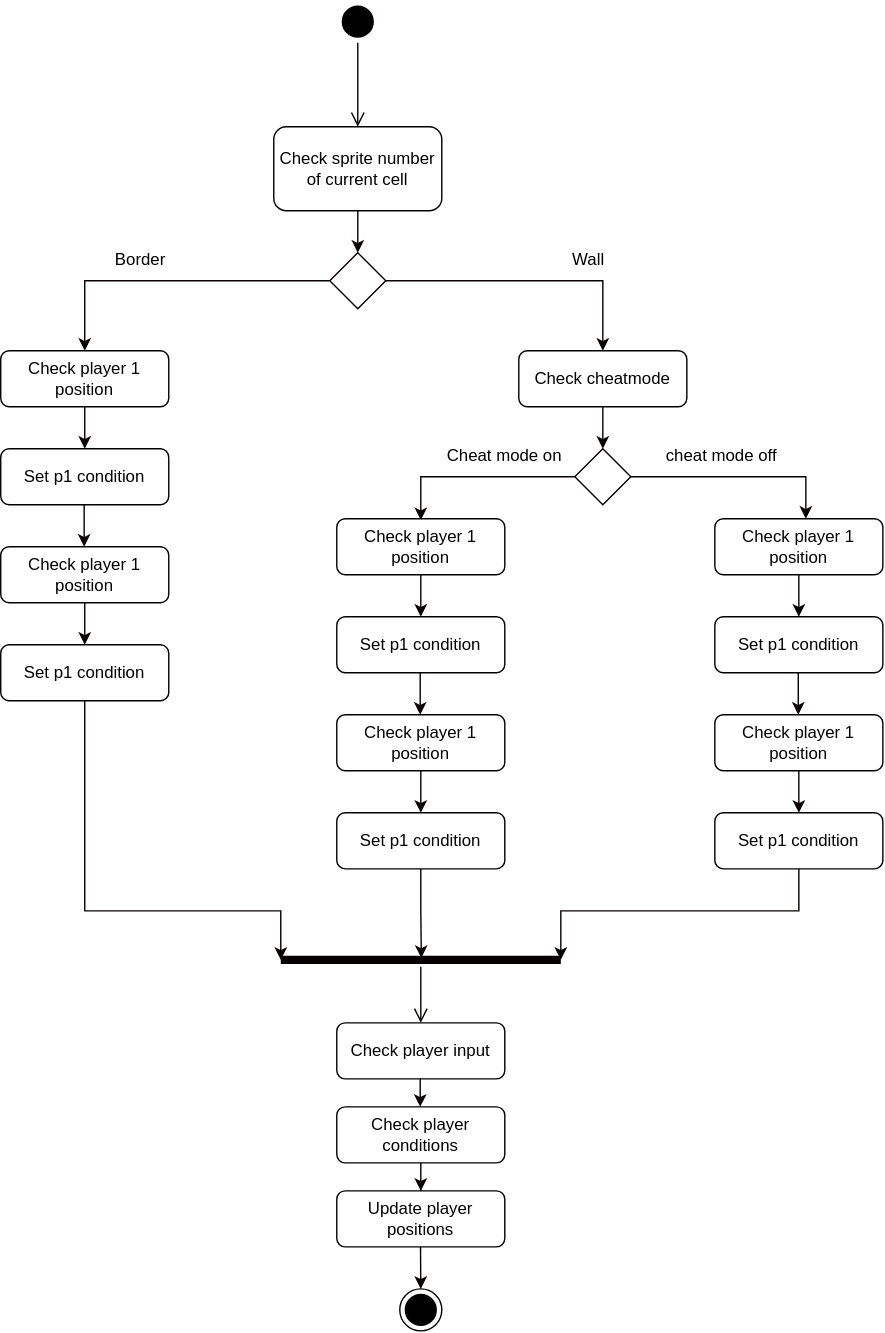
Before: design/assets/ActivityDiagramMovement.svg, a diagram exported from draw.io (JJTBM-Games/jjtbm-games.github.io). Source tidied: cells renumbered, new cells last; positions are measured from the earlier drawing's top-left corner, leaving out a move shared by most shapes. Source of this version:
```xml
<mxGraphModel>
  <root>
    <mxCell id="0" />
    <mxCell id="1" parent="0" />
    <mxCell id="2" value="Check sprite number of current cell" style="rounded=1;whiteSpace=wrap;html=1;" parent="1" vertex="1">
      <mxGeometry x="195" y="90" width="120" height="60" as="geometry" />
    </mxCell>
    <mxCell id="3" style="ellipse;html=1;shape=startState;fillColor=#000000;strokeColor=#080000;" parent="1" vertex="1">
      <mxGeometry x="240" width="30" height="30" as="geometry" />
    </mxCell>
    <mxCell id="4" style="edgeStyle=orthogonalEdgeStyle;html=1;verticalAlign=bottom;endArrow=open;endSize=8;strokeColor=#080000;rounded=0;" parent="1" edge="1" source="3">
      <mxGeometry relative="1" as="geometry">
        <mxPoint x="255" y="90" as="targetPoint" />
      </mxGeometry>
    </mxCell>
    <mxCell id="5" style="rhombus;whiteSpace=wrap;html=1;strokeColor=#080000;" parent="1" vertex="1">
      <mxGeometry x="235" y="180" width="40" height="40" as="geometry" />
    </mxCell>
    <mxCell id="6" style="endArrow=classic;html=1;rounded=0;strokeColor=#080000;exitX=0.5;exitY=1;exitDx=0;exitDy=0;" parent="1" edge="1" source="2">
      <mxGeometry relative="1" as="geometry">
        <mxPoint x="255" y="180" as="targetPoint" />
      </mxGeometry>
    </mxCell>
    <mxCell id="7" value="Check player 1 position" style="rounded=1;whiteSpace=wrap;html=1;" parent="1" vertex="1">
      <mxGeometry y="250" width="120" height="40" as="geometry" />
    </mxCell>
    <mxCell id="8" style="endArrow=classic;html=1;rounded=0;strokeColor=#080000;exitX=0;exitY=0.5;exitDx=0;exitDy=0;entryX=0.5;entryY=0;entryDx=0;entryDy=0;" parent="1" edge="1" source="5" target="7">
      <mxGeometry relative="1" as="geometry">
        <Array as="points">
          <mxPoint x="170" y="200" />
          <mxPoint x="60" y="200" />
        </Array>
      </mxGeometry>
    </mxCell>
    <mxCell id="9" style="endArrow=classic;html=1;rounded=0;strokeColor=#080000;exitX=1;exitY=0.5;exitDx=0;exitDy=0;" parent="1" edge="1" source="5">
      <mxGeometry relative="1" as="geometry">
        <mxPoint x="430" y="250" as="targetPoint" />
        <Array as="points">
          <mxPoint x="340" y="200" />
          <mxPoint x="430" y="200" />
        </Array>
      </mxGeometry>
    </mxCell>
    <mxCell id="10" style="endArrow=classic;html=1;rounded=0;strokeColor=#080000;exitX=0.5;exitY=1;exitDx=0;exitDy=0;" parent="1" edge="1" source="7">
      <mxGeometry relative="1" as="geometry">
        <mxPoint x="60" y="320" as="targetPoint" />
      </mxGeometry>
    </mxCell>
    <mxCell id="11" value="Border" style="text;html=1;strokeColor=none;fillColor=none;align=center;verticalAlign=middle;whiteSpace=wrap;rounded=0;" parent="1" vertex="1">
      <mxGeometry x="70" y="170" width="60" height="30" as="geometry" />
    </mxCell>
    <mxCell id="12" value="Wall" style="text;html=1;strokeColor=none;fillColor=none;align=center;verticalAlign=middle;whiteSpace=wrap;rounded=0;" parent="1" vertex="1">
      <mxGeometry x="390" y="170" width="60" height="30" as="geometry" />
    </mxCell>
    <mxCell id="13" value="Check cheatmode" style="rounded=1;whiteSpace=wrap;html=1;" parent="1" vertex="1">
      <mxGeometry x="370" y="250" width="120" height="40" as="geometry" />
    </mxCell>
    <mxCell id="14" style="endArrow=classic;html=1;rounded=0;strokeColor=#080000;exitX=0.5;exitY=1;exitDx=0;exitDy=0;" parent="1" edge="1">
      <mxGeometry relative="1" as="geometry">
        <mxPoint x="430" y="290" as="sourcePoint" />
        <mxPoint x="430" y="320" as="targetPoint" />
      </mxGeometry>
    </mxCell>
    <mxCell id="15" style="rhombus;whiteSpace=wrap;html=1;strokeColor=#080000;" parent="1" vertex="1">
      <mxGeometry x="410" y="320" width="40" height="40" as="geometry" />
    </mxCell>
    <mxCell id="16" style="endArrow=classic;html=1;rounded=0;strokeColor=#080000;exitX=0;exitY=0.5;exitDx=0;exitDy=0;" parent="1" edge="1" source="15">
      <mxGeometry relative="1" as="geometry">
        <mxPoint x="300" y="371" as="targetPoint" />
        <Array as="points">
          <mxPoint x="300" y="340" />
        </Array>
      </mxGeometry>
    </mxCell>
    <mxCell id="17" style="endArrow=classic;html=1;rounded=0;strokeColor=#080000;exitX=1;exitY=0.5;exitDx=0;exitDy=0;" parent="1" edge="1" source="15">
      <mxGeometry relative="1" as="geometry">
        <mxPoint x="575" y="370" as="targetPoint" />
        <Array as="points">
          <mxPoint x="575" y="340" />
        </Array>
      </mxGeometry>
    </mxCell>
    <mxCell id="18" value="cheat mode off" style="text;html=1;strokeColor=none;fillColor=none;align=center;verticalAlign=middle;whiteSpace=wrap;rounded=0;" parent="1" vertex="1">
      <mxGeometry x="465" y="310" width="100" height="30" as="geometry" />
    </mxCell>
    <mxCell id="19" value="Cheat mode on" style="text;html=1;strokeColor=none;fillColor=none;align=center;verticalAlign=middle;whiteSpace=wrap;rounded=0;" parent="1" vertex="1">
      <mxGeometry x="310" y="310" width="100" height="30" as="geometry" />
    </mxCell>
    <mxCell id="20" value="Set p1 condition" style="rounded=1;whiteSpace=wrap;html=1;" parent="1" vertex="1">
      <mxGeometry y="320" width="120" height="40" as="geometry" />
    </mxCell>
    <mxCell id="21" value="Check player 1 position" style="rounded=1;whiteSpace=wrap;html=1;" parent="1" vertex="1">
      <mxGeometry y="390" width="120" height="40" as="geometry" />
    </mxCell>
    <mxCell id="22" style="endArrow=classic;html=1;rounded=0;strokeColor=#080000;exitX=0.5;exitY=1;exitDx=0;exitDy=0;" parent="1" edge="1" source="21">
      <mxGeometry relative="1" as="geometry">
        <mxPoint x="60" y="460" as="targetPoint" />
      </mxGeometry>
    </mxCell>
    <mxCell id="23" value="Set p1 condition" style="rounded=1;whiteSpace=wrap;html=1;" parent="1" vertex="1">
      <mxGeometry y="460" width="120" height="40" as="geometry" />
    </mxCell>
    <mxCell id="24" style="endArrow=classic;html=1;rounded=0;strokeColor=#080000;exitX=0.5;exitY=1;exitDx=0;exitDy=0;" parent="1" edge="1">
      <mxGeometry relative="1" as="geometry">
        <mxPoint x="59.6" y="360" as="sourcePoint" />
        <mxPoint x="59.6" y="390" as="targetPoint" />
      </mxGeometry>
    </mxCell>
    <mxCell id="25" value="Check player 1 position" style="rounded=1;whiteSpace=wrap;html=1;" parent="1" vertex="1">
      <mxGeometry x="240" y="370" width="120" height="40" as="geometry" />
    </mxCell>
    <mxCell id="26" style="endArrow=classic;html=1;rounded=0;strokeColor=#080000;exitX=0.5;exitY=1;exitDx=0;exitDy=0;" parent="1" edge="1" source="25">
      <mxGeometry relative="1" as="geometry">
        <mxPoint x="300" y="440" as="targetPoint" />
      </mxGeometry>
    </mxCell>
    <mxCell id="27" value="Set p1 condition" style="rounded=1;whiteSpace=wrap;html=1;" parent="1" vertex="1">
      <mxGeometry x="240" y="440" width="120" height="40" as="geometry" />
    </mxCell>
    <mxCell id="28" value="Check player 1 position" style="rounded=1;whiteSpace=wrap;html=1;" parent="1" vertex="1">
      <mxGeometry x="240" y="510" width="120" height="40" as="geometry" />
    </mxCell>
    <mxCell id="29" style="endArrow=classic;html=1;rounded=0;strokeColor=#080000;exitX=0.5;exitY=1;exitDx=0;exitDy=0;" parent="1" edge="1" source="28">
      <mxGeometry relative="1" as="geometry">
        <mxPoint x="300" y="580" as="targetPoint" />
      </mxGeometry>
    </mxCell>
    <mxCell id="30" style="edgeStyle=orthogonalEdgeStyle;rounded=0;jettySize=auto;html=1;entryX=0.502;entryY=0.367;entryDx=0;entryDy=0;entryPerimeter=0;strokeColor=#080000;" parent="1" edge="1" source="31" target="40">
      <mxGeometry relative="1" as="geometry" />
    </mxCell>
    <mxCell id="31" value="Set p1 condition" style="rounded=1;whiteSpace=wrap;html=1;" parent="1" vertex="1">
      <mxGeometry x="240" y="580" width="120" height="40" as="geometry" />
    </mxCell>
    <mxCell id="32" style="endArrow=classic;html=1;rounded=0;strokeColor=#080000;exitX=0.5;exitY=1;exitDx=0;exitDy=0;" parent="1" edge="1">
      <mxGeometry relative="1" as="geometry">
        <mxPoint x="299.6" y="480" as="sourcePoint" />
        <mxPoint x="299.6" y="510" as="targetPoint" />
      </mxGeometry>
    </mxCell>
    <mxCell id="33" value="Check player 1 position" style="rounded=1;whiteSpace=wrap;html=1;" parent="1" vertex="1">
      <mxGeometry x="510" y="370" width="120" height="40" as="geometry" />
    </mxCell>
    <mxCell id="34" style="endArrow=classic;html=1;rounded=0;strokeColor=#080000;exitX=0.5;exitY=1;exitDx=0;exitDy=0;" parent="1" edge="1" source="33">
      <mxGeometry relative="1" as="geometry">
        <mxPoint x="570" y="440" as="targetPoint" />
      </mxGeometry>
    </mxCell>
    <mxCell id="35" value="Set p1 condition" style="rounded=1;whiteSpace=wrap;html=1;" parent="1" vertex="1">
      <mxGeometry x="510" y="440" width="120" height="40" as="geometry" />
    </mxCell>
    <mxCell id="36" value="Check player 1 position" style="rounded=1;whiteSpace=wrap;html=1;" parent="1" vertex="1">
      <mxGeometry x="510" y="510" width="120" height="40" as="geometry" />
    </mxCell>
    <mxCell id="37" style="endArrow=classic;html=1;rounded=0;strokeColor=#080000;exitX=0.5;exitY=1;exitDx=0;exitDy=0;" parent="1" edge="1" source="36">
      <mxGeometry relative="1" as="geometry">
        <mxPoint x="570" y="580" as="targetPoint" />
      </mxGeometry>
    </mxCell>
    <mxCell id="38" value="Set p1 condition" style="rounded=1;whiteSpace=wrap;html=1;" parent="1" vertex="1">
      <mxGeometry x="510" y="580" width="120" height="40" as="geometry" />
    </mxCell>
    <mxCell id="39" style="endArrow=classic;html=1;rounded=0;strokeColor=#080000;exitX=0.5;exitY=1;exitDx=0;exitDy=0;" parent="1" edge="1">
      <mxGeometry relative="1" as="geometry">
        <mxPoint x="569.6" y="480" as="sourcePoint" />
        <mxPoint x="569.6" y="510" as="targetPoint" />
      </mxGeometry>
    </mxCell>
    <mxCell id="40" style="shape=line;html=1;strokeWidth=6;strokeColor=#080000;" parent="1" vertex="1">
      <mxGeometry x="200" y="680" width="200" height="10" as="geometry" />
    </mxCell>
    <mxCell id="41" style="edgeStyle=orthogonalEdgeStyle;html=1;verticalAlign=bottom;endArrow=open;endSize=8;strokeColor=#080000;rounded=0;" parent="1" edge="1" source="40">
      <mxGeometry relative="1" as="geometry">
        <mxPoint x="300" y="730" as="targetPoint" />
      </mxGeometry>
    </mxCell>
    <mxCell id="42" style="endArrow=classic;html=1;rounded=0;strokeColor=#080000;exitX=0.5;exitY=1;exitDx=0;exitDy=0;entryX=0;entryY=0.5;entryDx=0;entryDy=0;entryPerimeter=0;" parent="1" edge="1" source="23" target="40">
      <mxGeometry relative="1" as="geometry">
        <Array as="points">
          <mxPoint x="60" y="650" />
          <mxPoint x="200" y="650" />
        </Array>
      </mxGeometry>
    </mxCell>
    <mxCell id="43" style="endArrow=classic;html=1;rounded=0;strokeColor=#080000;exitX=0.5;exitY=1;exitDx=0;exitDy=0;entryX=1;entryY=0.5;entryDx=0;entryDy=0;entryPerimeter=0;" parent="1" edge="1" source="38" target="40">
      <mxGeometry relative="1" as="geometry">
        <Array as="points">
          <mxPoint x="570" y="650" />
          <mxPoint x="400" y="650" />
        </Array>
      </mxGeometry>
    </mxCell>
    <mxCell id="44" value="Check player input" style="rounded=1;whiteSpace=wrap;html=1;" parent="1" vertex="1">
      <mxGeometry x="240" y="730" width="120" height="40" as="geometry" />
    </mxCell>
    <mxCell id="45" style="edgeStyle=orthogonalEdgeStyle;rounded=0;jettySize=auto;html=1;strokeColor=#080000;" parent="1" edge="1" source="46" target="47">
      <mxGeometry relative="1" as="geometry" />
    </mxCell>
    <mxCell id="46" value="&lt;div&gt;Check player conditions&lt;/div&gt;" style="rounded=1;whiteSpace=wrap;html=1;" parent="1" vertex="1">
      <mxGeometry x="240" y="790" width="120" height="40" as="geometry" />
    </mxCell>
    <mxCell id="47" value="Update player positions" style="rounded=1;whiteSpace=wrap;html=1;" parent="1" vertex="1">
      <mxGeometry x="240" y="850" width="120" height="40" as="geometry" />
    </mxCell>
    <mxCell id="48" style="ellipse;html=1;shape=endState;fillColor=#000000;strokeColor=#080000;" parent="1" vertex="1">
      <mxGeometry x="285" y="920" width="30" height="30" as="geometry" />
    </mxCell>
    <mxCell id="49" style="edgeStyle=orthogonalEdgeStyle;rounded=0;orthogonalLoop=1;jettySize=auto;html=1;strokeColor=#080000;" parent="1" edge="1">
      <mxGeometry relative="1" as="geometry">
        <mxPoint x="299.6" y="770" as="sourcePoint" />
        <mxPoint x="299.6" y="790" as="targetPoint" />
      </mxGeometry>
    </mxCell>
    <mxCell id="50" style="edgeStyle=orthogonalEdgeStyle;rounded=0;jettySize=auto;html=1;strokeColor=#080000;entryX=0.5;entryY=0;entryDx=0;entryDy=0;" parent="1" edge="1" target="48">
      <mxGeometry relative="1" as="geometry">
        <mxPoint x="299.8" y="890" as="sourcePoint" />
      </mxGeometry>
    </mxCell>
  </root>
</mxGraphModel>
```
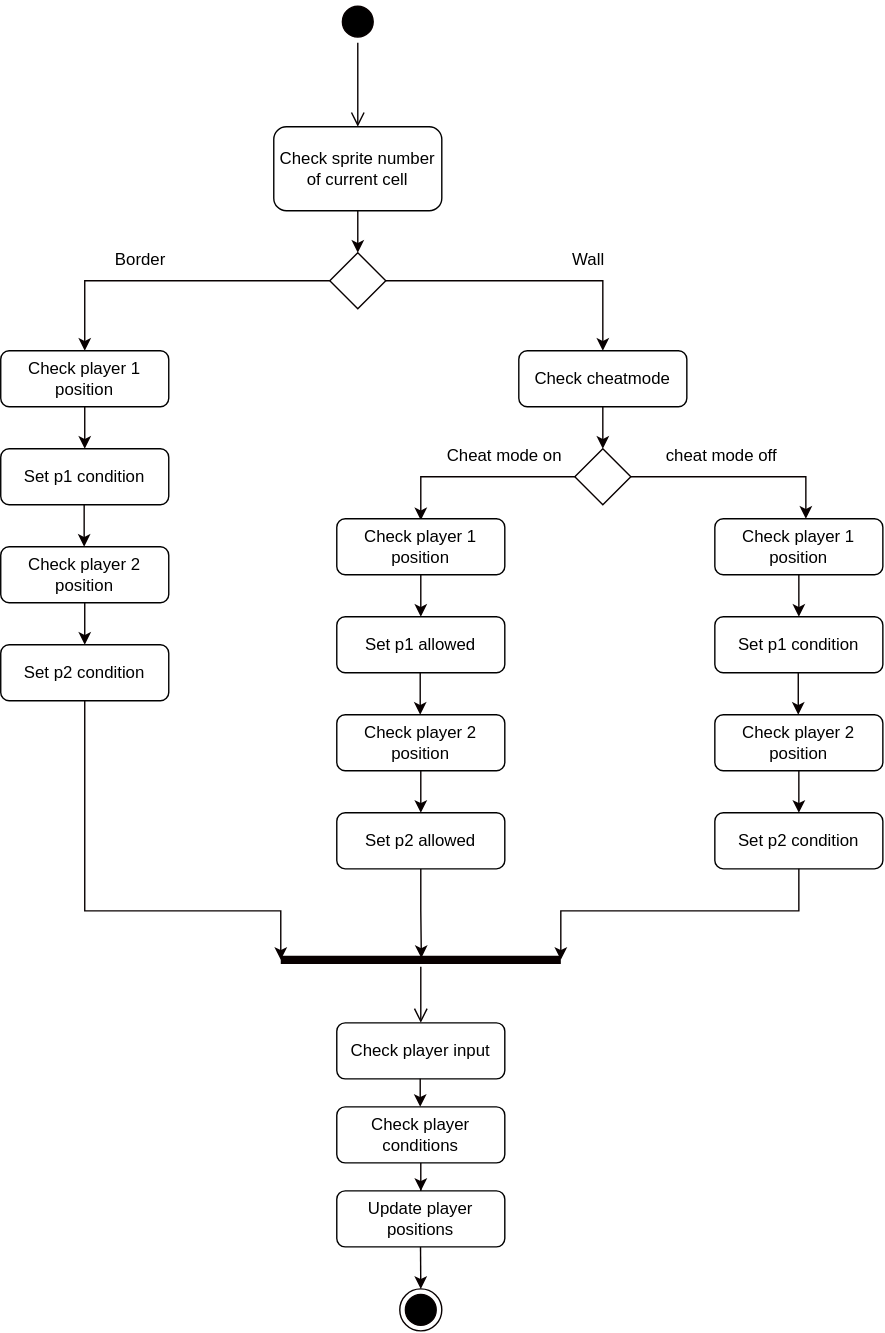
Above is the later version.

The edit, as a diff of the source:
```diff
@@ -89,7 +89,7 @@
     <mxCell id="20" value="Set p1 condition" style="rounded=1;whiteSpace=wrap;html=1;" parent="1" vertex="1">
       <mxGeometry y="320" width="120" height="40" as="geometry" />
     </mxCell>
-    <mxCell id="21" value="Check player 1 position" style="rounded=1;whiteSpace=wrap;html=1;" parent="1" vertex="1">
+    <mxCell id="21" value="Check player 2 position" style="rounded=1;whiteSpace=wrap;html=1;" parent="1" vertex="1">
       <mxGeometry y="390" width="120" height="40" as="geometry" />
     </mxCell>
     <mxCell id="22" style="endArrow=classic;html=1;rounded=0;strokeColor=#080000;exitX=0.5;exitY=1;exitDx=0;exitDy=0;" parent="1" edge="1" source="21">
@@ -97,7 +97,7 @@
         <mxPoint x="60" y="460" as="targetPoint" />
       </mxGeometry>
     </mxCell>
-    <mxCell id="23" value="Set p1 condition" style="rounded=1;whiteSpace=wrap;html=1;" parent="1" vertex="1">
+    <mxCell id="23" value="Set p2 condition" style="rounded=1;whiteSpace=wrap;html=1;" parent="1" vertex="1">
       <mxGeometry y="460" width="120" height="40" as="geometry" />
     </mxCell>
     <mxCell id="24" style="endArrow=classic;html=1;rounded=0;strokeColor=#080000;exitX=0.5;exitY=1;exitDx=0;exitDy=0;" parent="1" edge="1">
@@ -114,10 +114,10 @@
         <mxPoint x="300" y="440" as="targetPoint" />
       </mxGeometry>
     </mxCell>
-    <mxCell id="27" value="Set p1 condition" style="rounded=1;whiteSpace=wrap;html=1;" parent="1" vertex="1">
+    <mxCell id="27" value="Set p1 allowed" style="rounded=1;whiteSpace=wrap;html=1;" parent="1" vertex="1">
       <mxGeometry x="240" y="440" width="120" height="40" as="geometry" />
     </mxCell>
-    <mxCell id="28" value="Check player 1 position" style="rounded=1;whiteSpace=wrap;html=1;" parent="1" vertex="1">
+    <mxCell id="28" value="Check player 2 position" style="rounded=1;whiteSpace=wrap;html=1;" parent="1" vertex="1">
       <mxGeometry x="240" y="510" width="120" height="40" as="geometry" />
     </mxCell>
     <mxCell id="29" style="endArrow=classic;html=1;rounded=0;strokeColor=#080000;exitX=0.5;exitY=1;exitDx=0;exitDy=0;" parent="1" edge="1" source="28">
@@ -128,7 +128,7 @@
     <mxCell id="30" style="edgeStyle=orthogonalEdgeStyle;rounded=0;jettySize=auto;html=1;entryX=0.502;entryY=0.367;entryDx=0;entryDy=0;entryPerimeter=0;strokeColor=#080000;" parent="1" edge="1" source="31" target="40">
       <mxGeometry relative="1" as="geometry" />
     </mxCell>
-    <mxCell id="31" value="Set p1 condition" style="rounded=1;whiteSpace=wrap;html=1;" parent="1" vertex="1">
+    <mxCell id="31" value="Set p2 allowed" style="rounded=1;whiteSpace=wrap;html=1;" parent="1" vertex="1">
       <mxGeometry x="240" y="580" width="120" height="40" as="geometry" />
     </mxCell>
     <mxCell id="32" style="endArrow=classic;html=1;rounded=0;strokeColor=#080000;exitX=0.5;exitY=1;exitDx=0;exitDy=0;" parent="1" edge="1">
@@ -148,7 +148,7 @@
     <mxCell id="35" value="Set p1 condition" style="rounded=1;whiteSpace=wrap;html=1;" parent="1" vertex="1">
       <mxGeometry x="510" y="440" width="120" height="40" as="geometry" />
     </mxCell>
-    <mxCell id="36" value="Check player 1 position" style="rounded=1;whiteSpace=wrap;html=1;" parent="1" vertex="1">
+    <mxCell id="36" value="Check player 2 position" style="rounded=1;whiteSpace=wrap;html=1;" parent="1" vertex="1">
       <mxGeometry x="510" y="510" width="120" height="40" as="geometry" />
     </mxCell>
     <mxCell id="37" style="endArrow=classic;html=1;rounded=0;strokeColor=#080000;exitX=0.5;exitY=1;exitDx=0;exitDy=0;" parent="1" edge="1" source="36">
@@ -156,7 +156,7 @@
         <mxPoint x="570" y="580" as="targetPoint" />
       </mxGeometry>
     </mxCell>
-    <mxCell id="38" value="Set p1 condition" style="rounded=1;whiteSpace=wrap;html=1;" parent="1" vertex="1">
+    <mxCell id="38" value="Set p2 condition" style="rounded=1;whiteSpace=wrap;html=1;" parent="1" vertex="1">
       <mxGeometry x="510" y="580" width="120" height="40" as="geometry" />
     </mxCell>
     <mxCell id="39" style="endArrow=classic;html=1;rounded=0;strokeColor=#080000;exitX=0.5;exitY=1;exitDx=0;exitDy=0;" parent="1" edge="1">
```
